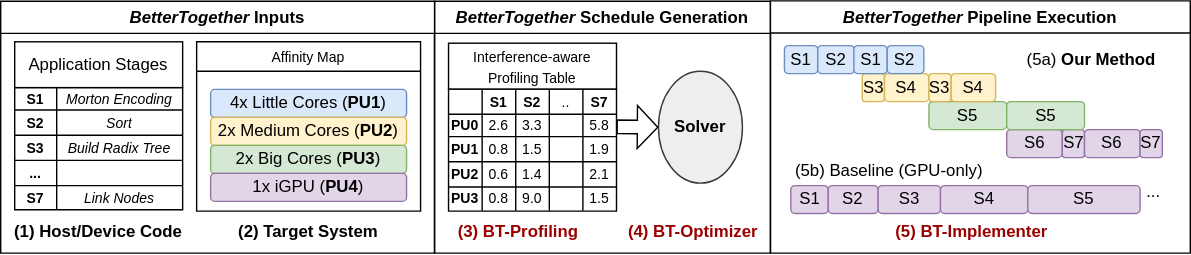
This is scripts/paper_figures/svg/figure_2_framework_diagram.drawio.svg from ucsc-redwood/better-together, a draw.io export, as it was before one commit. Source tidied: cells renumbered, new cells last; positions are measured from the earlier drawing's top-left corner, leaving out a move shared by most shapes.
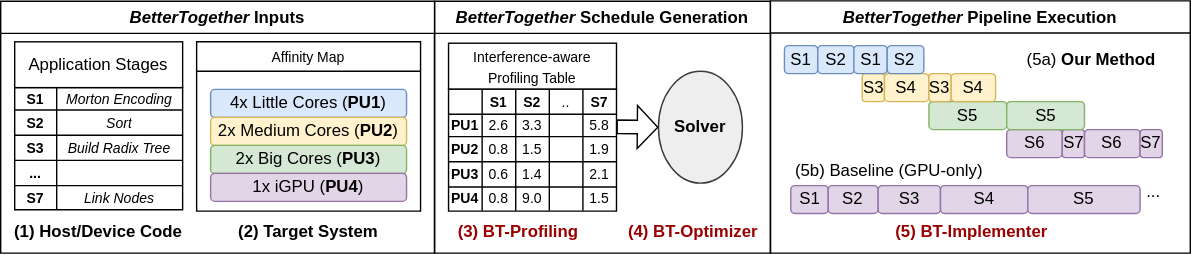
The same file after the commit.

The edit, as a diff of the source:
```diff
@@ -32,7 +32,7 @@
     <mxCell id="11" style="shape=tableRow;horizontal=0;startSize=0;swimlaneHead=0;swimlaneBody=0;strokeColor=inherit;top=0;left=0;bottom=0;right=0;fillColor=none;fontSize=10;shadow=0;" parent="4" vertex="1">
       <mxGeometry y="18" width="120" height="16" as="geometry" />
     </mxCell>
-    <mxCell id="12" value="PU0" style="shape=partialRectangle;html=1;whiteSpace=wrap;strokeColor=inherit;overflow=hidden;fillColor=none;top=0;left=0;bottom=0;right=0;fontSize=10;fontStyle=1;shadow=0;" parent="11" vertex="1">
+    <mxCell id="12" value="PU1" style="shape=partialRectangle;html=1;whiteSpace=wrap;strokeColor=inherit;overflow=hidden;fillColor=none;top=0;left=0;bottom=0;right=0;fontSize=10;fontStyle=1;shadow=0;" parent="11" vertex="1">
       <mxGeometry width="24" height="16" as="geometry" />
     </mxCell>
     <mxCell id="13" value="2.6" style="shape=partialRectangle;html=1;whiteSpace=wrap;strokeColor=inherit;overflow=hidden;fillColor=none;top=0;left=0;bottom=0;right=0;fontSize=10;shadow=0;" parent="11" vertex="1">
@@ -50,7 +50,7 @@
     <mxCell id="17" style="shape=tableRow;horizontal=0;startSize=0;swimlaneHead=0;swimlaneBody=0;strokeColor=inherit;top=0;left=0;bottom=0;right=0;fillColor=none;fontSize=10;shadow=0;" parent="4" vertex="1">
       <mxGeometry y="34" width="120" height="18" as="geometry" />
     </mxCell>
-    <mxCell id="18" value="PU1" style="shape=partialRectangle;html=1;whiteSpace=wrap;strokeColor=inherit;overflow=hidden;fillColor=none;top=0;left=0;bottom=0;right=0;fontSize=10;fontStyle=1;labelBackgroundColor=default;shadow=0;" parent="17" vertex="1">
+    <mxCell id="18" value="PU2" style="shape=partialRectangle;html=1;whiteSpace=wrap;strokeColor=inherit;overflow=hidden;fillColor=none;top=0;left=0;bottom=0;right=0;fontSize=10;fontStyle=1;labelBackgroundColor=default;shadow=0;" parent="17" vertex="1">
       <mxGeometry width="24" height="18" as="geometry" />
     </mxCell>
     <mxCell id="19" value="0.8" style="shape=partialRectangle;html=1;whiteSpace=wrap;strokeColor=inherit;overflow=hidden;fillColor=none;top=0;left=0;bottom=0;right=0;fontSize=10;labelBackgroundColor=default;shadow=0;" parent="17" vertex="1">
@@ -68,7 +68,7 @@
     <mxCell id="23" style="shape=tableRow;horizontal=0;startSize=0;swimlaneHead=0;swimlaneBody=0;strokeColor=inherit;top=0;left=0;bottom=0;right=0;fillColor=none;fontSize=10;shadow=0;" parent="4" vertex="1">
       <mxGeometry y="52" width="120" height="18" as="geometry" />
     </mxCell>
-    <mxCell id="24" value="PU2" style="shape=partialRectangle;html=1;whiteSpace=wrap;strokeColor=inherit;overflow=hidden;fillColor=none;top=0;left=0;bottom=0;right=0;fontSize=10;fontStyle=1;shadow=0;" parent="23" vertex="1">
+    <mxCell id="24" value="PU3" style="shape=partialRectangle;html=1;whiteSpace=wrap;strokeColor=inherit;overflow=hidden;fillColor=none;top=0;left=0;bottom=0;right=0;fontSize=10;fontStyle=1;shadow=0;" parent="23" vertex="1">
       <mxGeometry width="24" height="18" as="geometry" />
     </mxCell>
     <mxCell id="25" value="0.6" style="shape=partialRectangle;html=1;whiteSpace=wrap;strokeColor=inherit;overflow=hidden;fillColor=none;top=0;left=0;bottom=0;right=0;fontSize=10;shadow=0;" parent="23" vertex="1">
@@ -86,7 +86,7 @@
     <mxCell id="29" style="shape=tableRow;horizontal=0;startSize=0;swimlaneHead=0;swimlaneBody=0;strokeColor=inherit;top=0;left=0;bottom=0;right=0;fillColor=none;fontSize=10;shadow=0;" parent="4" vertex="1">
       <mxGeometry y="70" width="120" height="17" as="geometry" />
     </mxCell>
-    <mxCell id="30" value="PU3" style="shape=partialRectangle;html=1;whiteSpace=wrap;strokeColor=inherit;overflow=hidden;fillColor=none;top=0;left=0;bottom=0;right=0;fontSize=10;fontStyle=1;shadow=0;" parent="29" vertex="1">
+    <mxCell id="30" value="PU4" style="shape=partialRectangle;html=1;whiteSpace=wrap;strokeColor=inherit;overflow=hidden;fillColor=none;top=0;left=0;bottom=0;right=0;fontSize=10;fontStyle=1;shadow=0;" parent="29" vertex="1">
       <mxGeometry width="24" height="17" as="geometry" />
     </mxCell>
     <mxCell id="31" value="0.8" style="shape=partialRectangle;html=1;whiteSpace=wrap;strokeColor=inherit;overflow=hidden;fillColor=none;top=0;left=0;bottom=0;right=0;fontSize=10;shadow=0;" parent="29" vertex="1">
```
